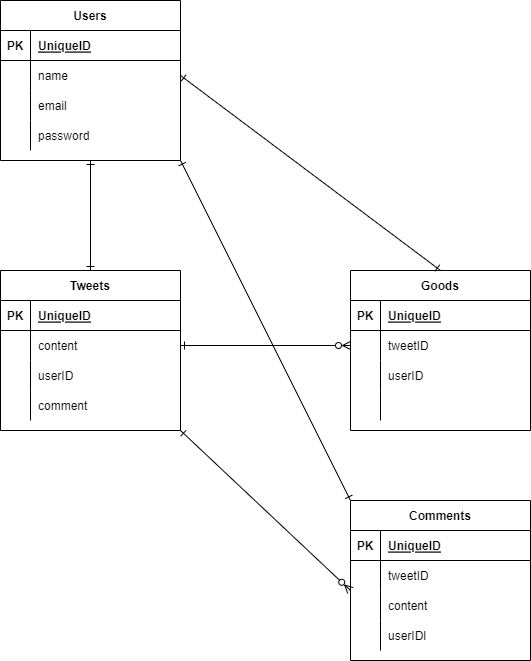
This is 設計/ER.drawio.png from junnichi-tajima/SNS_test, a draw.io export, as it was before one commit. Source tidied: cells renumbered, new cells last; positions are measured from the earlier drawing's top-left corner, leaving out a move shared by most shapes.
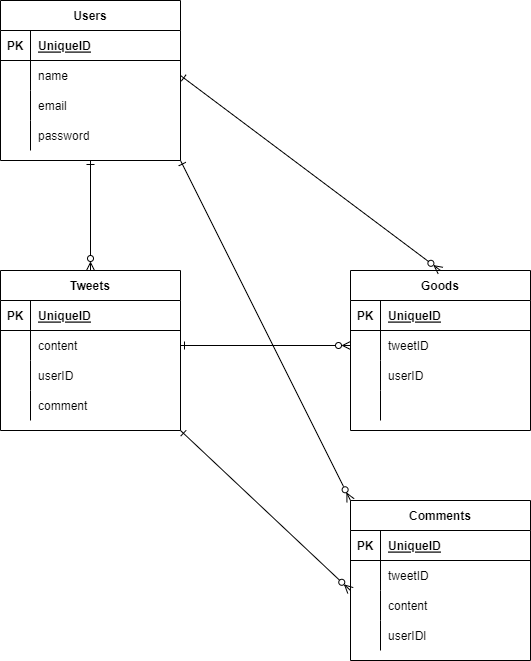
After the commit.

Commit message:
ER図の多重度を訂正

Change to the diagram source:
```diff
@@ -125,7 +125,7 @@
     <mxCell id="42" style="edgeStyle=none;html=1;entryX=0;entryY=0;entryDx=0;entryDy=0;entryPerimeter=0;startArrow=ERone;startFill=0;endArrow=ERzeroToMany;endFill=0;exitX=1;exitY=1;exitDx=0;exitDy=0;" parent="1" edge="1" source="2" target="36">
       <mxGeometry relative="1" as="geometry" />
     </mxCell>
-    <mxCell id="43" style="edgeStyle=none;html=1;entryX=0.5;entryY=0;entryDx=0;entryDy=0;startArrow=ERone;startFill=0;endArrow=ERone;endFill=0;" parent="1" edge="1" source="44" target="2">
+    <mxCell id="43" style="edgeStyle=none;html=1;entryX=0.5;entryY=0;entryDx=0;entryDy=0;startArrow=ERone;startFill=0;endArrow=ERzeroToMany;endFill=0;" parent="1" edge="1" source="44" target="2">
       <mxGeometry relative="1" as="geometry" />
     </mxCell>
     <mxCell id="44" value="Users" style="shape=table;startSize=30;rowLines=0;fontStyle=1;align=center;" parent="1" vertex="1">
@@ -167,10 +167,10 @@
     <mxCell id="56" value="password" style="shape=partialRectangle;fillColor=none;top=0;left=0;bottom=0;right=0;align=left;spacingLeft=6;overflow=hidden;" parent="54" vertex="1">
       <mxGeometry x="30" width="150" height="30" as="geometry" />
     </mxCell>
-    <mxCell id="57" style="edgeStyle=none;html=1;entryX=0.5;entryY=0;entryDx=0;entryDy=0;exitX=1;exitY=0.5;exitDx=0;exitDy=0;endArrow=ERone;endFill=0;startArrow=ERone;startFill=0;" parent="1" edge="1" source="48" target="15">
+    <mxCell id="57" style="edgeStyle=none;html=1;entryX=0.5;entryY=0;entryDx=0;entryDy=0;exitX=1;exitY=0.5;exitDx=0;exitDy=0;endArrow=ERzeroToMany;endFill=0;startArrow=ERone;startFill=0;" parent="1" edge="1" source="48" target="15">
       <mxGeometry relative="1" as="geometry" />
     </mxCell>
-    <mxCell id="58" style="edgeStyle=none;html=1;entryX=0;entryY=0;entryDx=0;entryDy=0;startArrow=ERone;startFill=0;endArrow=ERone;endFill=0;exitX=1;exitY=1;exitDx=0;exitDy=0;" parent="1" edge="1" source="44" target="29">
+    <mxCell id="58" style="edgeStyle=none;html=1;entryX=0;entryY=0;entryDx=0;entryDy=0;startArrow=ERone;startFill=0;endArrow=ERzeroToMany;endFill=0;exitX=1;exitY=1;exitDx=0;exitDy=0;" parent="1" edge="1" source="44" target="29">
       <mxGeometry relative="1" as="geometry" />
     </mxCell>
   </root>
```
